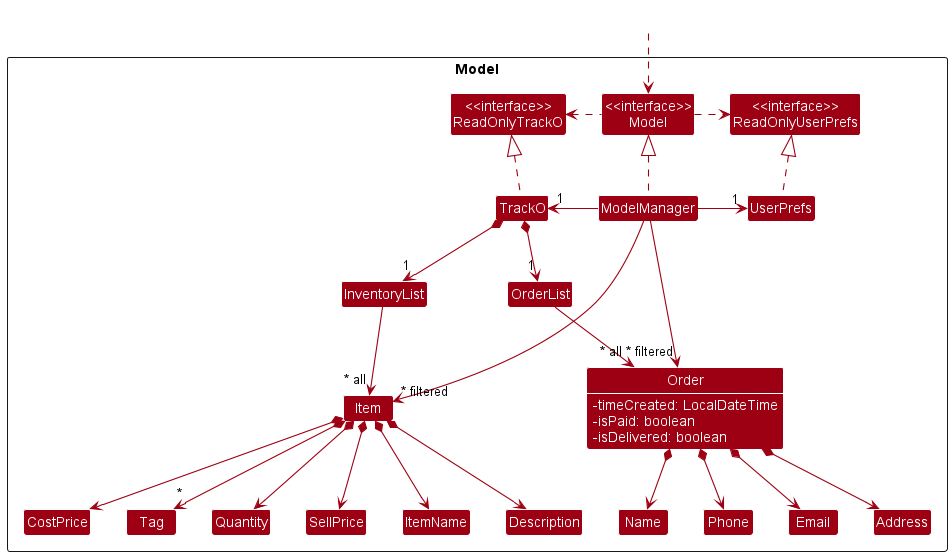
Before: docs/images/developer-guide/ModelClassDiagram.png, a diagram exported from PlantUML (nus-cs2103-AY2223S1/tp).
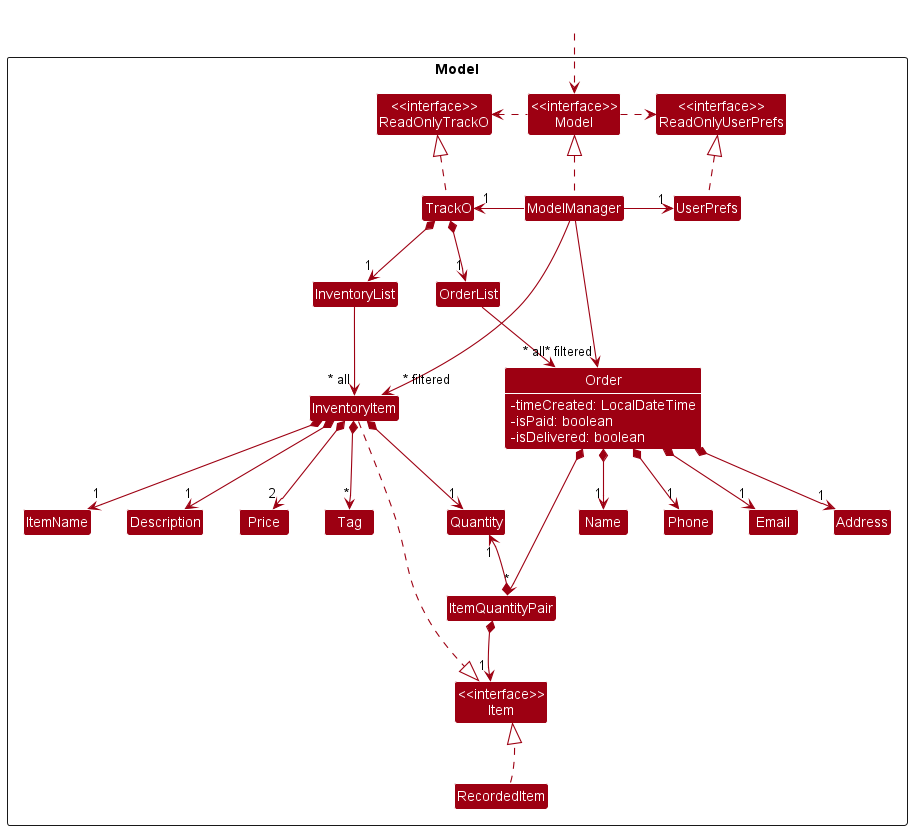
The same file after the commit.

Change to the diagram source:
```diff
@@ -13,13 +13,12 @@
 Class UserPrefs
 
 Class InventoryList
-Class Item
+Class InventoryItem
 Class ItemName
 Class Description
+Class Price
+Class Tag
 Class Quantity
-Class SellPrice
-Class CostPrice
-Class Tag
 
 Class OrderList
 Class Order {
@@ -27,10 +26,14 @@
     - isPaid: boolean
     - isDelivered: boolean
 }
-class Name
-class Phone
-class Email
-class Address
+Class ItemQuantityPair
+Class Name
+Class Phone
+Class Email
+Class Address
+Class RecordedItem
+
+Class "<<interface>>\nItem" as Item
 
 }
 
@@ -47,25 +50,32 @@
 UserPrefs .up.|> ReadOnlyUserPrefs
 
 TrackO *--> "1" InventoryList
-InventoryList --> "~* all" Item
-Item *--> ItemName
-Item *--> Description
-Item *--> SellPrice
-Item *--> CostPrice
-Item *--> Quantity
-Item *--> "*" Tag
+InventoryList --> "~* all" InventoryItem
+InventoryItem *--> "1" ItemName
+InventoryItem *--> "1" Description
+InventoryItem *--> "2" Price
+InventoryItem *--> "1" Quantity
+InventoryItem *--> "*" Tag
 
 TrackO *--> "1" OrderList
 OrderList --> "~* all" Order
-Order *--> Name
-Order *--> Phone
-Order *--> Email
-Order *--> Address
+Order *--> "1" Name
+Order *--> "1" Phone
+Order *--> "1" Email
+Order *--> "1" Address
+Order *--> "*" ItemQuantityPair
 
-ItemName -[hidden]right-> Description
-Description -[hidden]right-> Quantity
-Quantity -[hidden]right-> SellPrice
+InventoryItem ....|> Item
+ItemQuantityPair *--> "1" Item
+RecordedItem ..|> Item
 
-ModelManager -->"~* filtered" Item
+ItemQuantityPair *--> "1" Quantity
+
+ItemName -[hidden]left-> Quantity
+Item -[hidden]down-> ItemQuantityPair
+Item -[hidden]down-> RecordedItem
+Quantity -[hidden]down-> ItemQuantityPair
+
+ModelManager -->"~* filtered" InventoryItem
 ModelManager -->"~* filtered" Order
 @enduml
```
